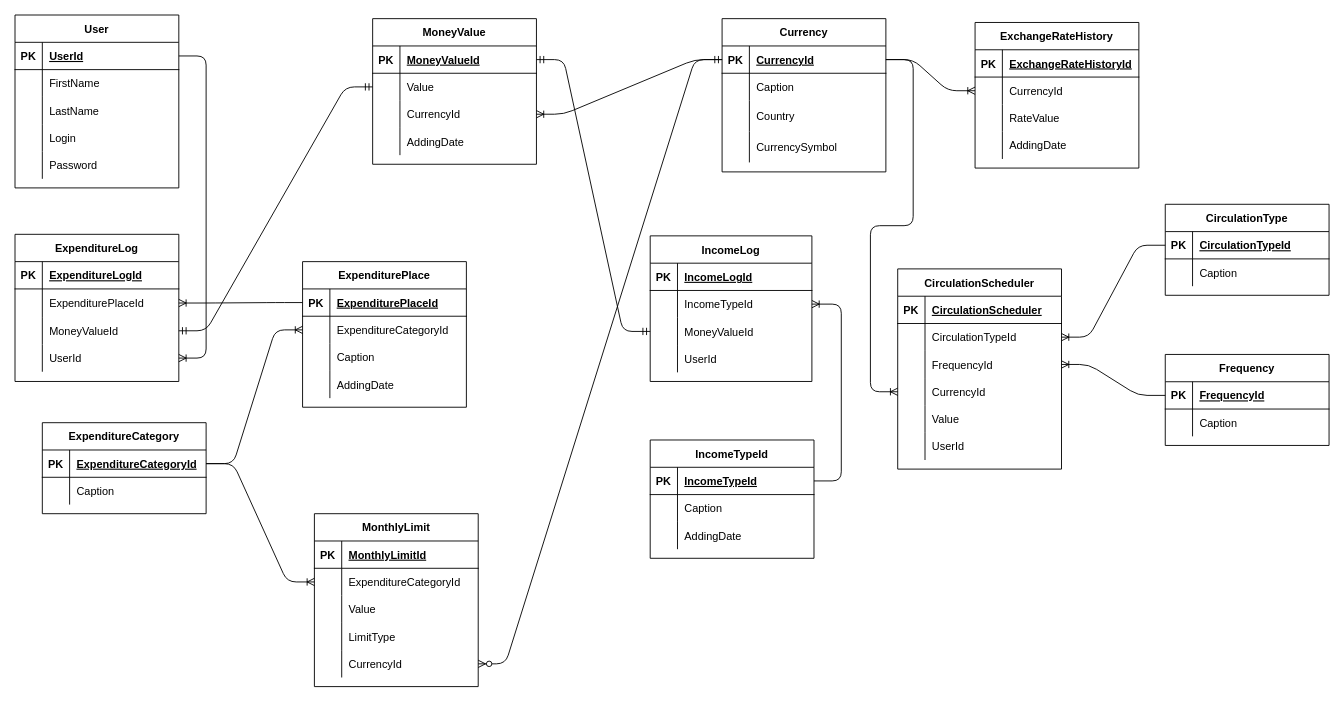
This is Database Diagram.drawio from GenSciDeveloper/GenSci.FamilyBudget, a draw.io file, before an edit. Source tidied: cells renumbered, new cells numbered last; positions are measured from the earlier drawing's top-left corner, leaving out a move shared by most shapes. Both pictures are drawn from the tidied source at 91%, with x=0, y=0 at pixel (15, 15).
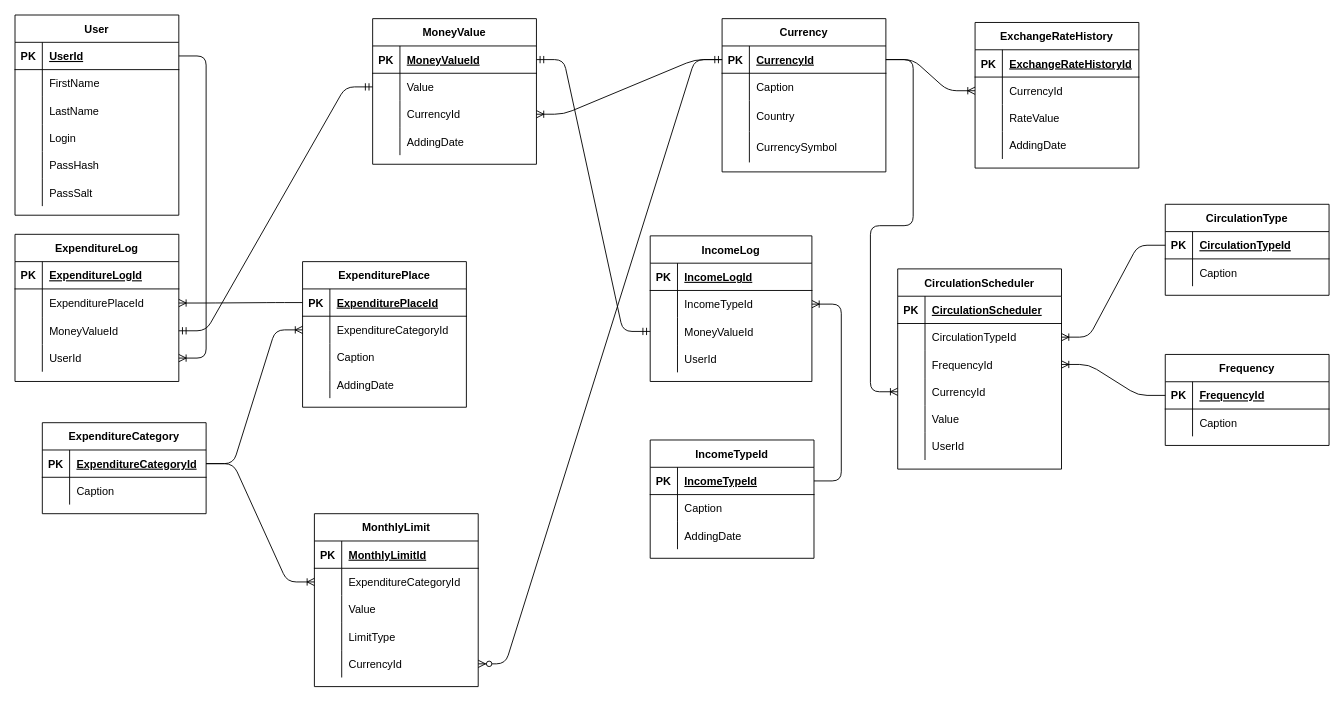
The same diagram, later.

Commit message:
Changing table fileds.

The change refers to these unchanged cells:
```xml
<mxCell id="15" style="shape=partialRectangle;fillColor=none;top=0;left=0;bottom=0;right=0;" parent="2" vertex="1">
  <mxGeometry y="150" width="180" height="30" as="geometry" />
</mxCell>
```

Diff of the diagram source:
```diff
@@
     <mxCell id="2" value="User" style="shape=table;startSize=30;childLayout=tableLayout;rowLines=0;fontStyle=1;align=center;" parent="1" vertex="1">
-      <mxGeometry width="180" height="190" as="geometry" />
+      <mxGeometry width="180" height="220" as="geometry" />
     </mxCell>
@@
-    <mxCell id="17" value="Password" style="shape=partialRectangle;fillColor=none;top=0;left=0;bottom=0;right=0;align=left;spacingLeft=6;overflow=hidden;" parent="15" vertex="1">
+    <mxCell id="17" value="PassHash" style="shape=partialRectangle;fillColor=none;top=0;left=0;bottom=0;right=0;align=left;spacingLeft=6;overflow=hidden;" parent="15" vertex="1">
       <mxGeometry x="30" width="150" height="30" as="geometry" />
     </mxCell>
+    <mxCell id="175" style="shape=partialRectangle;fillColor=none;top=0;left=0;bottom=0;right=0;" parent="2" vertex="1">
+      <mxGeometry y="180" width="180" height="30" as="geometry" />
+    </mxCell>
+    <mxCell id="176" style="shape=partialRectangle;fillColor=none;top=0;left=0;bottom=0;right=0;overflow=hidden;" parent="175" vertex="1">
+      <mxGeometry width="30" height="30" as="geometry" />
+    </mxCell>
+    <mxCell id="177" value="PassSalt" style="shape=partialRectangle;fillColor=none;top=0;left=0;bottom=0;right=0;align=left;spacingLeft=6;overflow=hidden;" parent="175" vertex="1">
+      <mxGeometry x="30" width="150" height="30" as="geometry" />
+    </mxCell>
```
